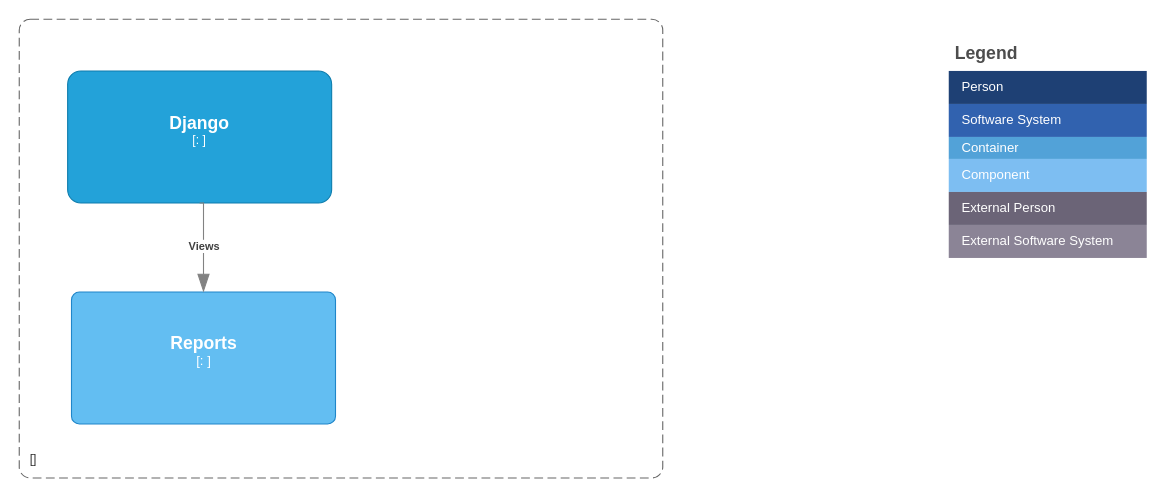
Above: docs/C4/postgresomponent-C4.drawio in bartelsjoshuac/Corduroy (draw.io), before the change. Source tidied: cells renumbered, new cells numbered last; positions are measured from the earlier drawing's top-left corner, leaving out a move shared by most shapes. Both pictures are drawn from the tidied source at 110%, with x=0, y=0 at pixel (19, 19).
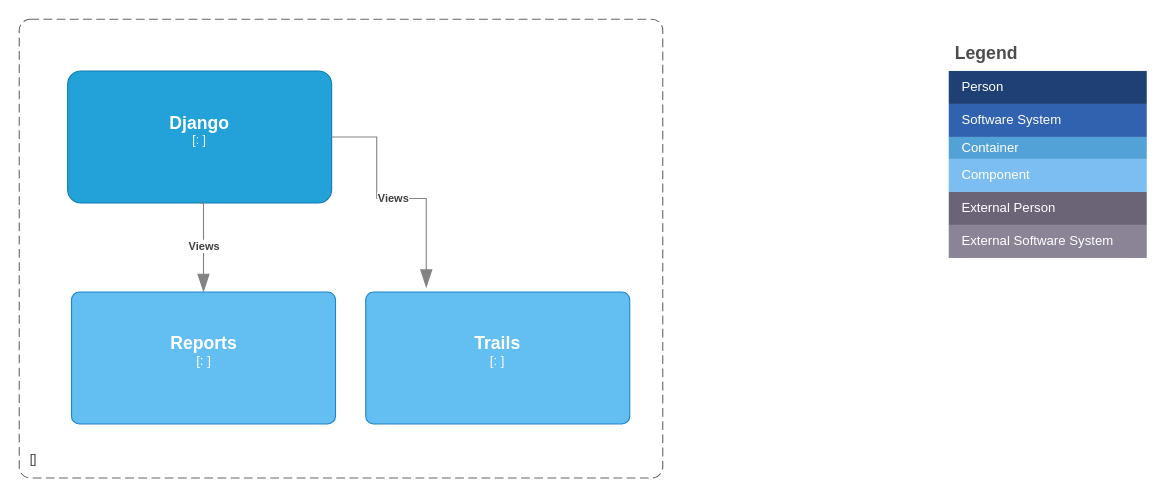
The same page after the edit.

Unchanged cells that the change refers to:
```xml
<object id="15" label="&lt;font style=&quot;font-size: 16px&quot;&gt;&lt;b&gt;%c4Name%&lt;/b&gt;&lt;/font&gt;&lt;div&gt;[%c4Type%: %c4Technology%]&lt;/div&gt;&lt;br&gt;&lt;div&gt;&lt;font style=&quot;font-size: 11px&quot;&gt;&lt;font color=&quot;#E6E6E6&quot;&gt;%c4Description%&lt;/font&gt;&lt;/div&gt;" c4Description="" c4Name="Django" c4Technology="" c4Type="" placeholders="1">
  <mxCell style="rounded=1;whiteSpace=wrap;html=1;fontSize=11;labelBackgroundColor=none;fillColor=#23A2D9;fontColor=#ffffff;align=center;arcSize=10;strokeColor=#0E7DAD;points=[[0.25,0,0],[0.5,0,0],[0.75,0,0],[1,0.25,0],[1,0.5,0],[1,0.75,0],[0.75,1,0],[0.5,1,0],[0.25,1,0],[0,0.75,0],[0,0.5,0],[0,0.25,0]];" parent="1" vertex="1">
    <mxGeometry x="44" y="47" width="240" height="120" as="geometry" />
  </mxCell>
</object>
```

The edit, as a diff of the source:
```diff
@@
+    <object id="19" label="&lt;font style=&quot;font-size: 16px&quot;&gt;&lt;b&gt;%c4Name%&lt;/b&gt;&lt;/font&gt;&lt;div&gt;[%c4Type%: %c4Technology%]&lt;/div&gt;&lt;br&gt;&lt;div&gt;&lt;font style=&quot;font-size: 11px&quot;&gt;%c4Description%&lt;/font&gt;&lt;/div&gt;" c4Description="" c4Name="Trails" c4Technology="" c4Type="" placeholders="1">
+      <mxCell style="rounded=1;whiteSpace=wrap;html=1;labelBackgroundColor=none;fillColor=#63BEF2;fontColor=#ffffff;align=center;arcSize=6;strokeColor=#2086C9;" parent="1" vertex="1">
+        <mxGeometry x="315" y="248" width="240" height="120" as="geometry" />
+      </mxCell>
+    </object>
+    <object id="20" label="&lt;div style=&quot;text-align: left&quot;&gt;&lt;div style=&quot;text-align: center&quot;&gt;&lt;b&gt;%c4Description%&lt;/b&gt;&lt;/div&gt;" c4Description="Views" placeholders="1">
+      <mxCell style="endArrow=blockThin;html=1;fontSize=10;fontColor=#404040;strokeWidth=1;endFill=1;strokeColor=#828282;elbow=vertical;endSize=14;startSize=14;jumpStyle=arc;jumpSize=16;rounded=0;edgeStyle=orthogonalEdgeStyle;exitX=1;exitY=0.5;exitDx=0;exitDy=0;exitPerimeter=0;entryX=0.5;entryY=0;entryDx=0;entryDy=0;entryPerimeter=0;" parent="1" edge="1" source="15">
+        <mxGeometry relative="1" as="geometry">
+          <mxPoint x="370" y="244" as="targetPoint" />
+          <Array as="points">
+            <mxPoint x="325" y="107" />
+            <mxPoint x="325" y="163" />
+            <mxPoint x="370" y="163" />
+          </Array>
+        </mxGeometry>
+      </mxCell>
+    </object>
```
